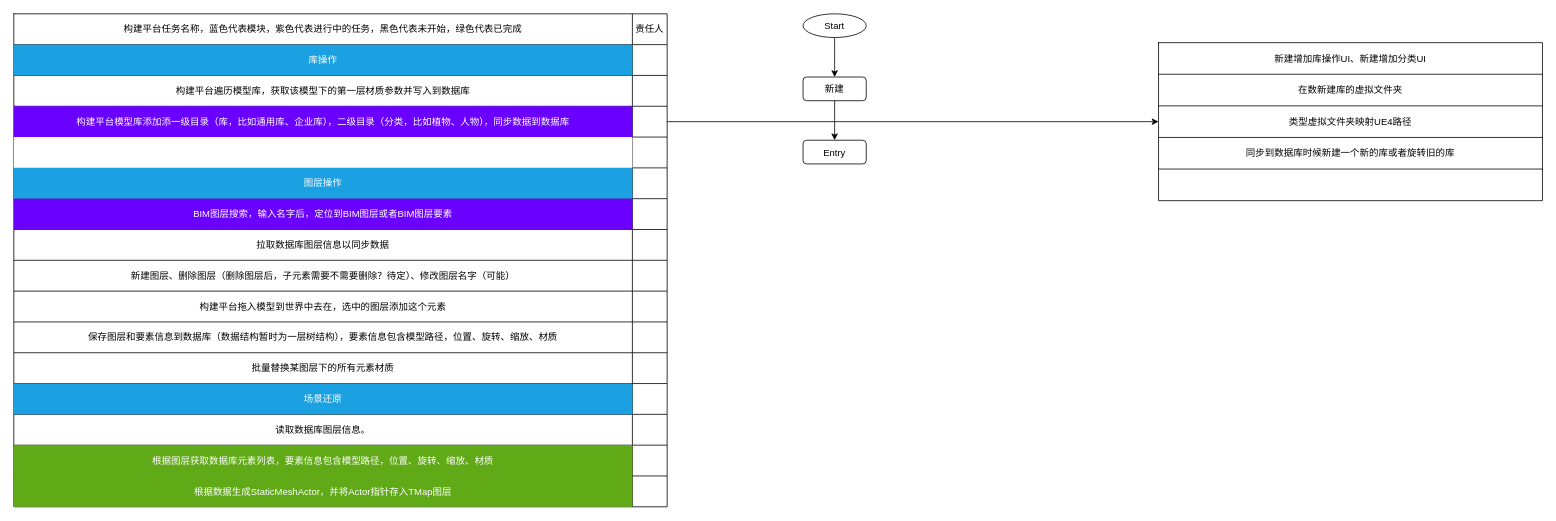
CengJia/diagrams keeps this draw.io diagram as page "构建平台" (5 of 7) of 工作流程.drawio. Above is the earlier version. Source tidied: cells renumbered, new cells numbered last; positions are measured from the earlier drawing's top-left corner, leaving out a move shared by most shapes. Both pictures are drawn from the tidied source at 79%, with x=0, y=0 at pixel (13, 13).
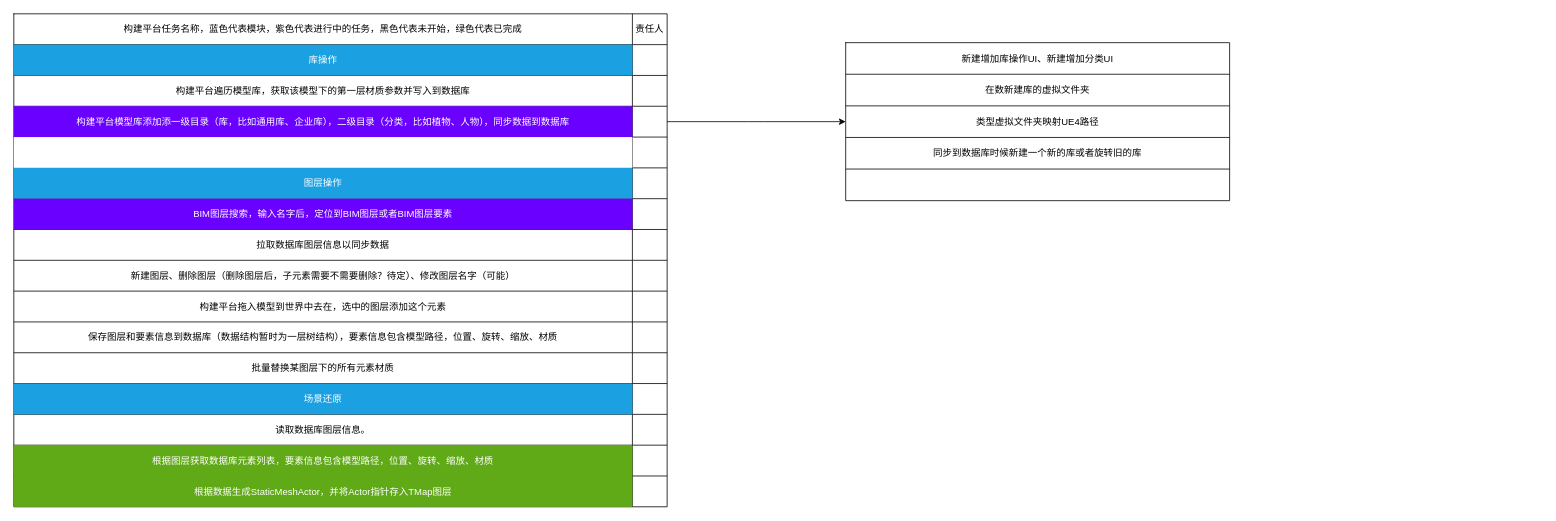
After the change.

Commit message (it also covers changes not shown here):
更新工作流程.drawio

What changed in the source:
```diff
@@
     <mxCell id="51" style="shape=table;startSize=0;childLayout=tableLayout;fontFamily=Helvetica;fontSize=12;fontColor=default;strokeColor=default;fillColor=default;" parent="1" vertex="1">
-      <mxGeometry x="1449" y="36.5" width="486" height="200" as="geometry" />
+      <mxGeometry x="1053" y="36.5" width="486" height="200" as="geometry" />
     </mxCell>
@@
-    <mxCell id="63" value="Start" style="ellipse;" parent="1" vertex="1">
-      <mxGeometry x="999" width="80" height="30" as="geometry" />
-    </mxCell>
-    <mxCell id="64" value="新建" style="rounded=1;" parent="1" vertex="1">
-      <mxGeometry x="999" y="80" width="80" height="30" as="geometry" />
-    </mxCell>
-    <mxCell id="65" style="edgeStyle=elbowEdgeStyle;elbow=vertical;" parent="1" edge="1" source="63" target="64">
-      <mxGeometry relative="1" as="geometry" />
-    </mxCell>
-    <mxCell id="66" value="Entry" style="rounded=1;" parent="1" vertex="1">
-      <mxGeometry x="999" y="160" width="80" height="30" as="geometry" />
-    </mxCell>
-    <mxCell id="67" style="edgeStyle=elbowEdgeStyle;elbow=vertical;" parent="1" edge="1" source="64" target="66">
-      <mxGeometry relative="1" as="geometry" />
-    </mxCell>
```
